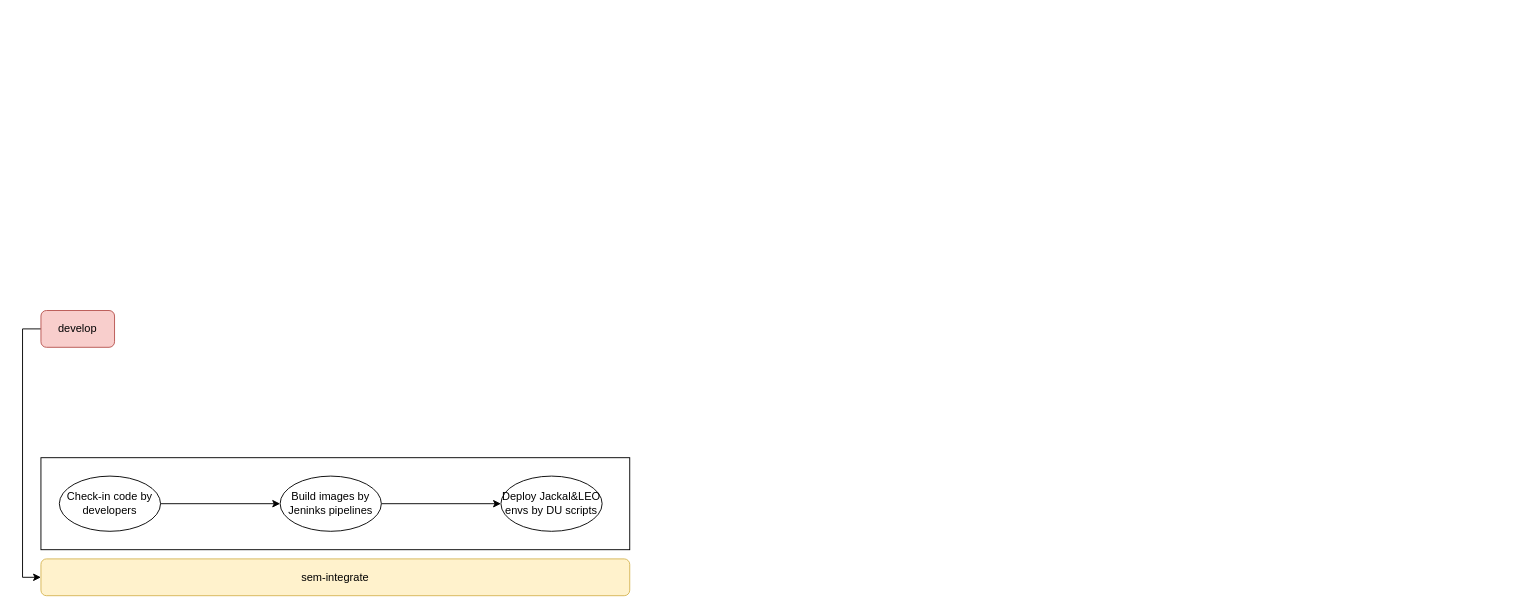
Before: aam_code_branch.drawio in crazy-architect/draw-io-repo, a draw.io diagram. Source tidied: cells renumbered, new cells numbered last; positions are measured from the earlier drawing's top-left corner, leaving out a move shared by most shapes. Both pictures are drawn from the tidied source at 92%, with x=0, y=0 at pixel (40, 310).
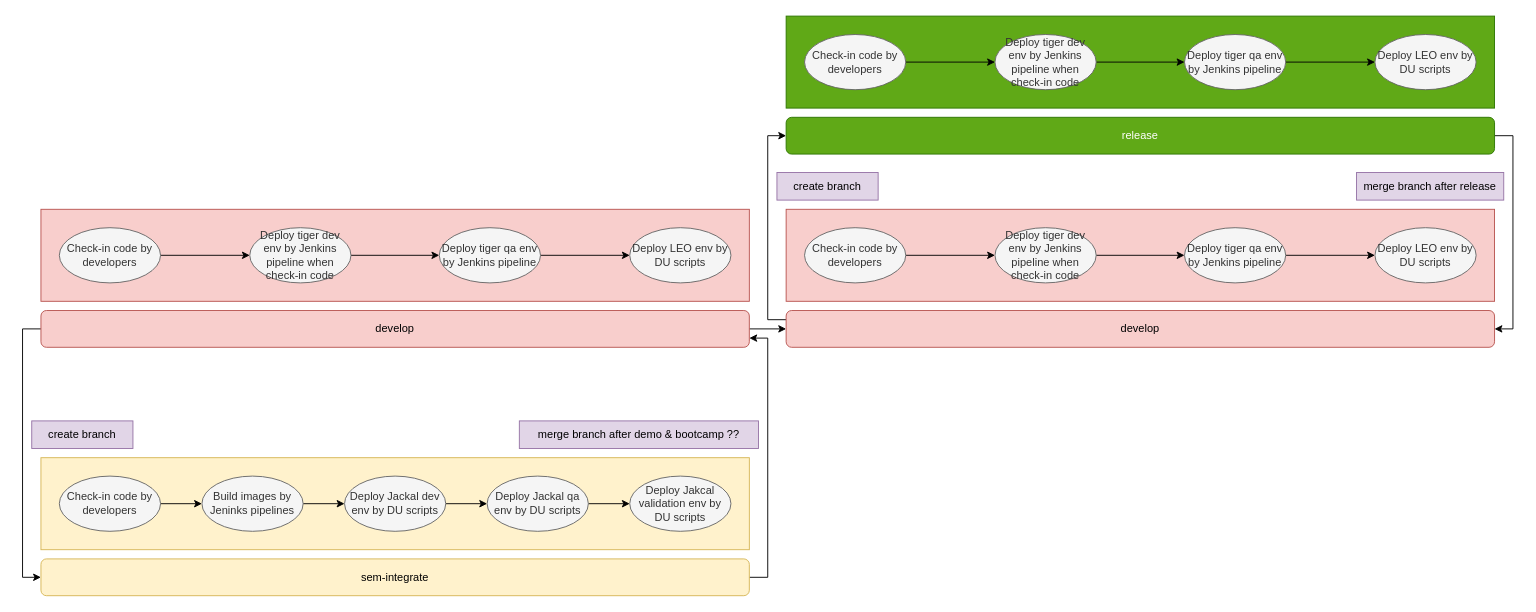
Above is the later version.

Change to the diagram source:
```diff
@@
+    <mxCell id="11" style="edgeStyle=orthogonalEdgeStyle;rounded=0;jettySize=auto;html=1;exitX=1;exitY=0.5;exitDx=0;exitDy=0;entryX=0;entryY=0.5;entryDx=0;entryDy=0;" parent="1" edge="1" source="3" target="28">
+      <mxGeometry relative="1" as="geometry" />
+    </mxCell>
     <mxCell id="3" value="develop" style="rounded=1;whiteSpace=wrap;html=1;fillColor=#f8cecc;strokeColor=#b85450;" parent="1" vertex="1">
-      <mxGeometry width="80" height="40" as="geometry" />
+      <mxGeometry width="770" height="40" as="geometry" />
     </mxCell>
+    <mxCell id="12" style="edgeStyle=orthogonalEdgeStyle;rounded=0;jettySize=auto;html=1;exitX=1;exitY=0.5;exitDx=0;exitDy=0;entryX=1;entryY=0.75;entryDx=0;entryDy=0;" parent="1" edge="1" source="4" target="3">
+      <mxGeometry relative="1" as="geometry" />
+    </mxCell>
     <mxCell id="4" value="sem-integrate" style="rounded=1;whiteSpace=wrap;html=1;fillColor=#fff2cc;strokeColor=#d6b656;gradientColor=none;shadow=0;glass=0;" parent="1" vertex="1">
-      <mxGeometry y="270" width="640" height="40" as="geometry" />
+      <mxGeometry y="270" width="770" height="40" as="geometry" />
     </mxCell>
-    <mxCell id="5" style="rounded=0;whiteSpace=wrap;html=1;" parent="1" vertex="1">
-      <mxGeometry y="160" width="640" height="100" as="geometry" />
+    <mxCell id="5" style="rounded=0;whiteSpace=wrap;html=1;fillColor=#fff2cc;strokeColor=#d6b656;" parent="1" vertex="1">
+      <mxGeometry y="160" width="770" height="100" as="geometry" />
     </mxCell>
@@
-    <mxCell id="7" value="Check-in code by developers" style="ellipse;whiteSpace=wrap;html=1;" parent="1" vertex="1">
+    <mxCell id="7" value="Check-in code by developers" style="ellipse;whiteSpace=wrap;html=1;fillColor=#f5f5f5;fontColor=#333333;strokeColor=#666666;" parent="1" vertex="1">
       <mxGeometry x="20" y="180" width="110" height="60" as="geometry" />
     </mxCell>
-    <mxCell id="8" style="edgeStyle=orthogonalEdgeStyle;rounded=0;jettySize=auto;html=1;exitX=1;exitY=0.5;exitDx=0;exitDy=0;" parent="1" edge="1" source="9" target="10">
+    <mxCell id="8" style="edgeStyle=orthogonalEdgeStyle;rounded=0;jettySize=auto;html=1;exitX=1;exitY=0.5;exitDx=0;exitDy=0;entryX=0;entryY=0.5;entryDx=0;entryDy=0;" parent="1" edge="1" source="9" target="10">
       <mxGeometry relative="1" as="geometry" />
     </mxCell>
-    <mxCell id="9" value="Build images by Jeninks pipelines" style="ellipse;whiteSpace=wrap;html=1;" parent="1" vertex="1">
-      <mxGeometry x="260" y="180" width="110" height="60" as="geometry" />
+    <mxCell id="9" value="Build images by Jeninks pipelines" style="ellipse;whiteSpace=wrap;html=1;fillColor=#f5f5f5;fontColor=#333333;strokeColor=#666666;" parent="1" vertex="1">
+      <mxGeometry x="175" y="180" width="110" height="60" as="geometry" />
     </mxCell>
+    <mxCell id="13" style="edgeStyle=orthogonalEdgeStyle;rounded=0;jettySize=auto;html=1;exitX=1;exitY=0.5;exitDx=0;exitDy=0;entryX=0;entryY=0.5;entryDx=0;entryDy=0;" parent="1" edge="1" source="10" target="22">
+      <mxGeometry relative="1" as="geometry" />
+    </mxCell>
-    <mxCell id="10" value="Deploy Jackal&amp;amp;LEO envs by DU scripts" style="ellipse;whiteSpace=wrap;html=1;" parent="1" vertex="1">
-      <mxGeometry x="500" y="180" width="110" height="60" as="geometry" />
+    <mxCell id="10" value="Deploy Jackal dev env by DU scripts" style="ellipse;whiteSpace=wrap;html=1;fillColor=#f5f5f5;fontColor=#333333;strokeColor=#666666;" parent="1" vertex="1">
+      <mxGeometry x="330" y="180" width="110" height="60" as="geometry" />
     </mxCell>
+    <mxCell id="14" style="rounded=0;whiteSpace=wrap;html=1;fillColor=#f8cecc;strokeColor=#b85450;" parent="1" vertex="1">
+      <mxGeometry y="-110" width="770" height="100" as="geometry" />
+    </mxCell>
+    <mxCell id="15" style="edgeStyle=orthogonalEdgeStyle;rounded=0;jettySize=auto;html=1;exitX=1;exitY=0.5;exitDx=0;exitDy=0;entryX=0;entryY=0.5;entryDx=0;entryDy=0;" parent="1" edge="1" source="16" target="18">
+      <mxGeometry relative="1" as="geometry" />
+    </mxCell>
+    <mxCell id="16" value="Check-in code by developers" style="ellipse;whiteSpace=wrap;html=1;fillColor=#f5f5f5;fontColor=#333333;strokeColor=#666666;" parent="1" vertex="1">
+      <mxGeometry x="20" y="-90" width="110" height="60" as="geometry" />
+    </mxCell>
+    <mxCell id="17" style="edgeStyle=orthogonalEdgeStyle;rounded=0;jettySize=auto;html=1;exitX=1;exitY=0.5;exitDx=0;exitDy=0;" parent="1" edge="1" source="18" target="20">
+      <mxGeometry relative="1" as="geometry" />
+    </mxCell>
+    <mxCell id="18" value="Deploy tiger dev env by Jenkins pipeline when check-in code" style="ellipse;whiteSpace=wrap;html=1;fillColor=#f5f5f5;fontColor=#333333;strokeColor=#666666;" parent="1" vertex="1">
+      <mxGeometry x="227" y="-90" width="110" height="60" as="geometry" />
+    </mxCell>
+    <mxCell id="19" style="edgeStyle=orthogonalEdgeStyle;rounded=0;jettySize=auto;html=1;exitX=1;exitY=0.5;exitDx=0;exitDy=0;entryX=0;entryY=0.5;entryDx=0;entryDy=0;" parent="1" edge="1" source="20" target="24">
+      <mxGeometry relative="1" as="geometry" />
+    </mxCell>
+    <mxCell id="20" value="Deploy tiger qa env by Jenkins pipeline" style="ellipse;whiteSpace=wrap;html=1;fillColor=#f5f5f5;fontColor=#333333;strokeColor=#666666;" parent="1" vertex="1">
+      <mxGeometry x="433" y="-90" width="110" height="60" as="geometry" />
+    </mxCell>
+    <mxCell id="21" style="edgeStyle=orthogonalEdgeStyle;rounded=0;jettySize=auto;html=1;exitX=1;exitY=0.5;exitDx=0;exitDy=0;entryX=0;entryY=0.5;entryDx=0;entryDy=0;" parent="1" edge="1" source="22" target="23">
+      <mxGeometry relative="1" as="geometry" />
+    </mxCell>
+    <mxCell id="22" value="Deploy Jackal qa env by DU scripts" style="ellipse;whiteSpace=wrap;html=1;fillColor=#f5f5f5;fontColor=#333333;strokeColor=#666666;" parent="1" vertex="1">
+      <mxGeometry x="485" y="180" width="110" height="60" as="geometry" />
+    </mxCell>
+    <mxCell id="23" value="Deploy Jakcal validation env by DU scripts" style="ellipse;whiteSpace=wrap;html=1;fillColor=#f5f5f5;fontColor=#333333;strokeColor=#666666;" parent="1" vertex="1">
+      <mxGeometry x="640" y="180" width="110" height="60" as="geometry" />
+    </mxCell>
+    <mxCell id="24" value="Deploy LEO env by DU scripts" style="ellipse;whiteSpace=wrap;html=1;fillColor=#f5f5f5;fontColor=#333333;strokeColor=#666666;" parent="1" vertex="1">
+      <mxGeometry x="640" y="-90" width="110" height="60" as="geometry" />
+    </mxCell>
+    <mxCell id="25" value="merge branch after demo &amp;amp; bootcamp ??" style="rounded=0;whiteSpace=wrap;html=1;fillColor=#e1d5e7;strokeColor=#9673a6;" parent="1" vertex="1">
+      <mxGeometry x="520" y="120" width="260" height="30" as="geometry" />
+    </mxCell>
+    <mxCell id="26" value="create branch" style="rounded=0;whiteSpace=wrap;html=1;fillColor=#e1d5e7;strokeColor=#9673a6;" parent="1" vertex="1">
+      <mxGeometry x="-10" y="120" width="110" height="30" as="geometry" />
+    </mxCell>
+    <mxCell id="27" style="edgeStyle=orthogonalEdgeStyle;rounded=0;jettySize=auto;html=1;exitX=0;exitY=0.25;exitDx=0;exitDy=0;entryX=0;entryY=0.5;entryDx=0;entryDy=0;" parent="1" edge="1" source="28" target="38">
+      <mxGeometry relative="1" as="geometry" />
+    </mxCell>
+    <mxCell id="28" value="develop" style="rounded=1;whiteSpace=wrap;html=1;fillColor=#f8cecc;strokeColor=#b85450;" parent="1" vertex="1">
+      <mxGeometry x="810" width="770" height="40" as="geometry" />
+    </mxCell>
+    <mxCell id="29" style="rounded=0;whiteSpace=wrap;html=1;fillColor=#f8cecc;strokeColor=#b85450;" parent="1" vertex="1">
+      <mxGeometry x="810" y="-110" width="770" height="100" as="geometry" />
+    </mxCell>
+    <mxCell id="30" style="edgeStyle=orthogonalEdgeStyle;rounded=0;jettySize=auto;html=1;exitX=1;exitY=0.5;exitDx=0;exitDy=0;entryX=0;entryY=0.5;entryDx=0;entryDy=0;" parent="1" edge="1" source="31" target="33">
+      <mxGeometry relative="1" as="geometry" />
+    </mxCell>
+    <mxCell id="31" value="Check-in code by developers" style="ellipse;whiteSpace=wrap;html=1;fillColor=#f5f5f5;fontColor=#333333;strokeColor=#666666;" parent="1" vertex="1">
+      <mxGeometry x="830" y="-90" width="110" height="60" as="geometry" />
+    </mxCell>
+    <mxCell id="32" style="edgeStyle=orthogonalEdgeStyle;rounded=0;jettySize=auto;html=1;exitX=1;exitY=0.5;exitDx=0;exitDy=0;" parent="1" edge="1" source="33" target="35">
+      <mxGeometry relative="1" as="geometry" />
+    </mxCell>
+    <mxCell id="33" value="Deploy tiger dev env by Jenkins pipeline when check-in code" style="ellipse;whiteSpace=wrap;html=1;fillColor=#f5f5f5;fontColor=#333333;strokeColor=#666666;" parent="1" vertex="1">
+      <mxGeometry x="1037" y="-90" width="110" height="60" as="geometry" />
+    </mxCell>
+    <mxCell id="34" style="edgeStyle=orthogonalEdgeStyle;rounded=0;jettySize=auto;html=1;exitX=1;exitY=0.5;exitDx=0;exitDy=0;entryX=0;entryY=0.5;entryDx=0;entryDy=0;" parent="1" edge="1" source="35" target="36">
+      <mxGeometry relative="1" as="geometry" />
+    </mxCell>
+    <mxCell id="35" value="Deploy tiger qa env by Jenkins pipeline" style="ellipse;whiteSpace=wrap;html=1;fillColor=#f5f5f5;fontColor=#333333;strokeColor=#666666;" parent="1" vertex="1">
+      <mxGeometry x="1243" y="-90" width="110" height="60" as="geometry" />
+    </mxCell>
+    <mxCell id="36" value="Deploy LEO env by DU scripts" style="ellipse;whiteSpace=wrap;html=1;fillColor=#f5f5f5;fontColor=#333333;strokeColor=#666666;" parent="1" vertex="1">
+      <mxGeometry x="1450" y="-90" width="110" height="60" as="geometry" />
+    </mxCell>
+    <mxCell id="37" style="edgeStyle=orthogonalEdgeStyle;rounded=0;jettySize=auto;html=1;exitX=1;exitY=0.5;exitDx=0;exitDy=0;entryX=1;entryY=0.5;entryDx=0;entryDy=0;" parent="1" edge="1" source="38" target="28">
+      <mxGeometry relative="1" as="geometry" />
+    </mxCell>
+    <mxCell id="38" value="release" style="rounded=1;whiteSpace=wrap;html=1;fillColor=#60a917;strokeColor=#2D7600;fontColor=#ffffff;" parent="1" vertex="1">
+      <mxGeometry x="810" y="-210" width="770" height="40" as="geometry" />
+    </mxCell>
+    <mxCell id="39" style="rounded=0;whiteSpace=wrap;html=1;fillColor=#60a917;strokeColor=#2D7600;fontColor=#ffffff;" parent="1" vertex="1">
+      <mxGeometry x="810" y="-320" width="770" height="100" as="geometry" />
+    </mxCell>
+    <mxCell id="40" style="edgeStyle=orthogonalEdgeStyle;rounded=0;jettySize=auto;html=1;exitX=1;exitY=0.5;exitDx=0;exitDy=0;entryX=0;entryY=0.5;entryDx=0;entryDy=0;" parent="1" edge="1" source="41" target="43">
+      <mxGeometry relative="1" as="geometry" />
+    </mxCell>
+    <mxCell id="41" value="Check-in code by developers" style="ellipse;whiteSpace=wrap;html=1;fillColor=#f5f5f5;fontColor=#333333;strokeColor=#666666;" parent="1" vertex="1">
+      <mxGeometry x="830" y="-300" width="110" height="60" as="geometry" />
+    </mxCell>
+    <mxCell id="42" style="edgeStyle=orthogonalEdgeStyle;rounded=0;jettySize=auto;html=1;exitX=1;exitY=0.5;exitDx=0;exitDy=0;" parent="1" edge="1" source="43" target="45">
+      <mxGeometry relative="1" as="geometry" />
+    </mxCell>
+    <mxCell id="43" value="Deploy tiger dev env by Jenkins pipeline when check-in code" style="ellipse;whiteSpace=wrap;html=1;fillColor=#f5f5f5;fontColor=#333333;strokeColor=#666666;" parent="1" vertex="1">
+      <mxGeometry x="1037" y="-300" width="110" height="60" as="geometry" />
+    </mxCell>
+    <mxCell id="44" style="edgeStyle=orthogonalEdgeStyle;rounded=0;jettySize=auto;html=1;exitX=1;exitY=0.5;exitDx=0;exitDy=0;entryX=0;entryY=0.5;entryDx=0;entryDy=0;" parent="1" edge="1" source="45" target="46">
+      <mxGeometry relative="1" as="geometry" />
+    </mxCell>
+    <mxCell id="45" value="Deploy tiger qa env by Jenkins pipeline" style="ellipse;whiteSpace=wrap;html=1;fillColor=#f5f5f5;fontColor=#333333;strokeColor=#666666;" parent="1" vertex="1">
+      <mxGeometry x="1243" y="-300" width="110" height="60" as="geometry" />
+    </mxCell>
+    <mxCell id="46" value="Deploy LEO env by DU scripts" style="ellipse;whiteSpace=wrap;html=1;fillColor=#f5f5f5;fontColor=#333333;strokeColor=#666666;" parent="1" vertex="1">
+      <mxGeometry x="1450" y="-300" width="110" height="60" as="geometry" />
+    </mxCell>
+    <mxCell id="47" value="create branch" style="rounded=0;whiteSpace=wrap;html=1;fillColor=#e1d5e7;strokeColor=#9673a6;" parent="1" vertex="1">
+      <mxGeometry x="800" y="-150" width="110" height="30" as="geometry" />
+    </mxCell>
+    <mxCell id="48" value="merge branch after release" style="rounded=0;whiteSpace=wrap;html=1;fillColor=#e1d5e7;strokeColor=#9673a6;" parent="1" vertex="1">
+      <mxGeometry x="1430" y="-150" width="160" height="30" as="geometry" />
+    </mxCell>
```
